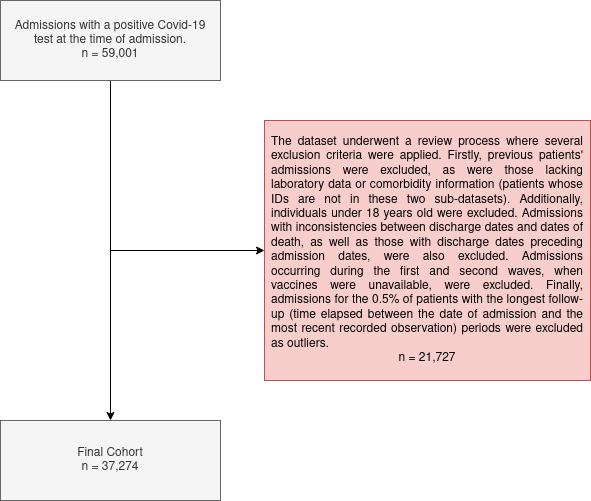
The draw.io diagram 1_analysis/0_cleaning_flow_chart/flow_cleaning.drawio.png in jlgonrod/survival_vaccination_analysis, before a commit. Source tidied: cells renumbered, new cells last; positions are measured from the earlier drawing's top-left corner, leaving out a move shared by most shapes. Source of this version:
```xml
<mxGraphModel>
  <root>
    <mxCell id="0" />
    <mxCell id="1" parent="0" />
    <mxCell id="2" style="endArrow=classic;html=1;rounded=0;exitX=0.5;exitY=1;exitDx=0;exitDy=0;entryX=0.5;entryY=0;entryDx=0;entryDy=0;spacingLeft=4;spacingRight=4;" parent="1" edge="1" source="3" target="5">
      <mxGeometry relative="1" as="geometry" />
    </mxCell>
    <mxCell id="3" value="Admissions with a positive Covid-19 test at the time of admission.&lt;br/&gt;n = 59,001" style="rounded=0;whiteSpace=wrap;html=1;fillColor=#f5f5f5;fontColor=#333333;strokeColor=#666666;spacing=4;spacingLeft=4;spacingRight=4;" parent="1" vertex="1">
      <mxGeometry width="220" height="80" as="geometry" />
    </mxCell>
    <mxCell id="4" style="endArrow=classic;html=1;rounded=0;entryX=0;entryY=0.5;entryDx=0;entryDy=0;spacingLeft=4;spacingRight=4;" parent="1" edge="1" target="6">
      <mxGeometry relative="1" as="geometry">
        <mxPoint x="110" y="250" as="sourcePoint" />
      </mxGeometry>
    </mxCell>
    <mxCell id="5" value="Final Cohort&lt;br&gt;n = 37,274" style="rounded=0;whiteSpace=wrap;html=1;fillColor=#f5f5f5;fontColor=#333333;strokeColor=#666666;spacing=4;spacingLeft=4;spacingRight=4;" parent="1" vertex="1">
      <mxGeometry y="420" width="220" height="80" as="geometry" />
    </mxCell>
    <mxCell id="6" value="&lt;div align=&quot;justify&quot;&gt;The dataset underwent a review process where several exclusion criteria were applied. Firstly, previous patients' admissions were excluded, as were those lacking laboratory data or comorbidity information (patients whose IDs are not in these two sub-datasets). Additionally, individuals under 18 years old were excluded. Admissions with inconsistencies between discharge dates and dates of death, as well as those with discharge dates preceding admission dates, were also excluded. Admissions occurring during the first and second waves, when vaccines were unavailable, were excluded. Finally, admissions for the 0.5% of patients with the longest follow-up (time elapsed between the date of admission and the most recent recorded observation) periods were excluded as outliers.&lt;/div&gt;&lt;div align=&quot;center&quot;&gt;n = 21,727&lt;br&gt;&lt;/div&gt;" style="rounded=0;whiteSpace=wrap;html=1;fillColor=#f8cecc;strokeColor=#b85450;spacing=4;perimeterSpacing=0;gradientColor=none;horizontal=1;verticalAlign=middle;labelBackgroundColor=none;labelBorderColor=none;spacingTop=0;spacingLeft=4;spacingRight=4;" parent="1" vertex="1">
      <mxGeometry x="264" y="120" width="326" height="260" as="geometry" />
    </mxCell>
  </root>
</mxGraphModel>
```
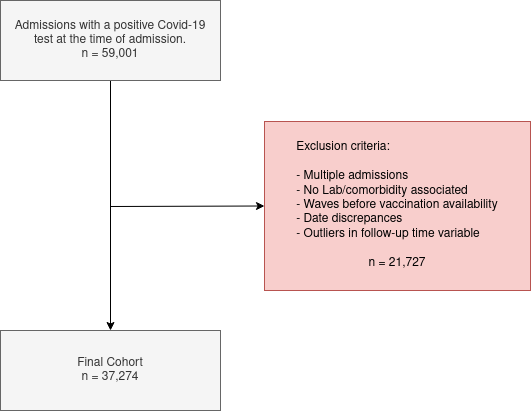
The same file after the commit.

Commit message:
Redo the flow cleaning diagram

Change to the diagram source:
```diff
@@ -10,14 +10,14 @@
     </mxCell>
     <mxCell id="4" style="endArrow=classic;html=1;rounded=0;entryX=0;entryY=0.5;entryDx=0;entryDy=0;spacingLeft=4;spacingRight=4;" parent="1" edge="1" target="6">
       <mxGeometry relative="1" as="geometry">
-        <mxPoint x="110" y="250" as="sourcePoint" />
+        <mxPoint x="110" y="206" as="sourcePoint" />
       </mxGeometry>
     </mxCell>
     <mxCell id="5" value="Final Cohort&lt;br&gt;n = 37,274" style="rounded=0;whiteSpace=wrap;html=1;fillColor=#f5f5f5;fontColor=#333333;strokeColor=#666666;spacing=4;spacingLeft=4;spacingRight=4;" parent="1" vertex="1">
-      <mxGeometry y="420" width="220" height="80" as="geometry" />
+      <mxGeometry y="330" width="220" height="80" as="geometry" />
     </mxCell>
-    <mxCell id="6" value="&lt;div align=&quot;justify&quot;&gt;The dataset underwent a review process where several exclusion criteria were applied. Firstly, previous patients' admissions were excluded, as were those lacking laboratory data or comorbidity information (patients whose IDs are not in these two sub-datasets). Additionally, individuals under 18 years old were excluded. Admissions with inconsistencies between discharge dates and dates of death, as well as those with discharge dates preceding admission dates, were also excluded. Admissions occurring during the first and second waves, when vaccines were unavailable, were excluded. Finally, admissions for the 0.5% of patients with the longest follow-up (time elapsed between the date of admission and the most recent recorded observation) periods were excluded as outliers.&lt;/div&gt;&lt;div align=&quot;center&quot;&gt;n = 21,727&lt;br&gt;&lt;/div&gt;" style="rounded=0;whiteSpace=wrap;html=1;fillColor=#f8cecc;strokeColor=#b85450;spacing=4;perimeterSpacing=0;gradientColor=none;horizontal=1;verticalAlign=middle;labelBackgroundColor=none;labelBorderColor=none;spacingTop=0;spacingLeft=4;spacingRight=4;" parent="1" vertex="1">
-      <mxGeometry x="264" y="120" width="326" height="260" as="geometry" />
+    <mxCell id="6" value="&lt;div align=&quot;justify&quot;&gt;Exclusion criteria:&lt;/div&gt;&lt;div align=&quot;justify&quot;&gt;&lt;br&gt;&lt;/div&gt;&lt;div align=&quot;justify&quot;&gt;- Multiple admissions&lt;/div&gt;&lt;div align=&quot;justify&quot;&gt;- No Lab/comorbidity associated&lt;br&gt;&lt;/div&gt;&lt;div align=&quot;justify&quot;&gt;- Waves before vaccination availability&lt;/div&gt;&lt;div align=&quot;justify&quot;&gt;- Date discrepances&lt;/div&gt;&lt;div align=&quot;justify&quot;&gt;- Outliers in follow-up time variable&lt;/div&gt;&lt;div align=&quot;justify&quot;&gt;&lt;br&gt;&lt;/div&gt;&lt;div align=&quot;center&quot;&gt;n = 21,727&lt;br&gt;&lt;/div&gt;" style="rounded=0;whiteSpace=wrap;html=1;fillColor=#f8cecc;strokeColor=#b85450;spacing=4;perimeterSpacing=0;gradientColor=none;horizontal=1;verticalAlign=middle;labelBackgroundColor=none;labelBorderColor=none;spacingTop=0;spacingLeft=4;spacingRight=4;" parent="1" vertex="1">
+      <mxGeometry x="264" y="121" width="266" height="169" as="geometry" />
     </mxCell>
   </root>
 </mxGraphModel>
```
